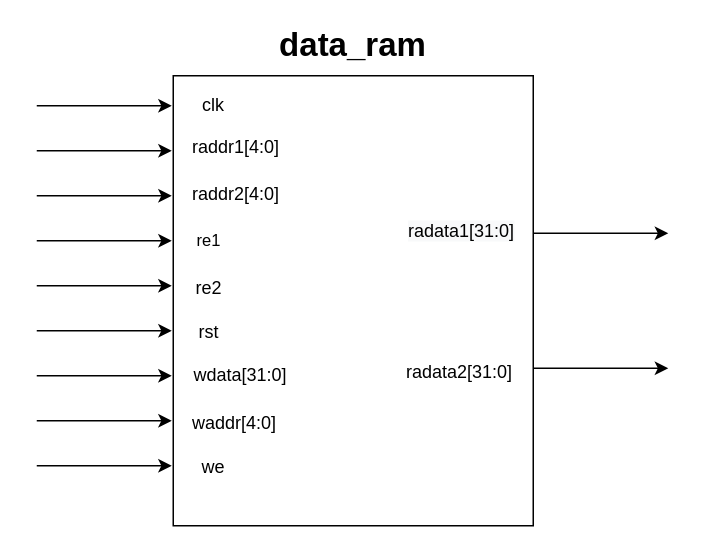
The draw.io diagram data_Ram.drawio in dawnyoake/Cnblogs-Theme-SimpleMemory, before the edit. Source tidied: cells renumbered, new cells numbered last; positions are measured from the earlier drawing's top-left corner, leaving out a move shared by most shapes. Both pictures are drawn from the tidied source at 150%, with x=0, y=0 at pixel (36, 30).
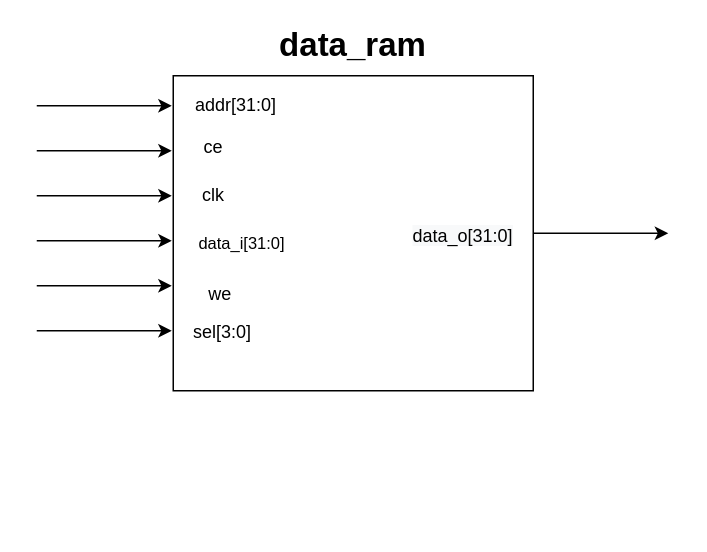
After the change.

Diff of the diagram source:
```diff
@@
     <mxCell id="2" style="rounded=0;whiteSpace=wrap;html=1;" parent="1" vertex="1">
-      <mxGeometry x="91" y="30" width="240" height="300" as="geometry" />
+      <mxGeometry x="91" y="30" width="240" height="210" as="geometry" />
     </mxCell>
@@
-    <mxCell id="4" style="endArrow=classic;html=1;" parent="1" edge="1">
-      <mxGeometry relative="1" as="geometry">
-        <mxPoint x="331" y="225" as="sourcePoint" />
-        <mxPoint x="421" y="225" as="targetPoint" />
-      </mxGeometry>
-    </mxCell>
@@
-    <mxCell id="8" style="endArrow=classic;html=1;" parent="1" edge="1">
-      <mxGeometry relative="1" as="geometry">
-        <mxPoint y="230" as="sourcePoint" />
-        <mxPoint x="90" y="230" as="targetPoint" />
-      </mxGeometry>
-    </mxCell>
-    <mxCell id="9" style="endArrow=classic;html=1;" parent="1" edge="1">
-      <mxGeometry relative="1" as="geometry">
-        <mxPoint y="260" as="sourcePoint" />
-        <mxPoint x="90" y="260" as="targetPoint" />
-      </mxGeometry>
-    </mxCell>
-    <mxCell id="10" style="endArrow=classic;html=1;" parent="1" edge="1">
-      <mxGeometry relative="1" as="geometry">
-        <mxPoint y="290" as="sourcePoint" />
-        <mxPoint x="90" y="290" as="targetPoint" />
-      </mxGeometry>
-    </mxCell>
@@
-    <mxCell id="15" value="clk" style="text;html=1;strokeColor=none;fillColor=none;align=center;verticalAlign=middle;whiteSpace=wrap;rounded=0;" parent="1" vertex="1">
-      <mxGeometry x="98" y="40" width="40" height="20" as="geometry" />
+    <mxCell id="15" value="addr[31:0]" style="text;html=1;strokeColor=none;fillColor=none;align=center;verticalAlign=middle;whiteSpace=wrap;rounded=0;" parent="1" vertex="1">
+      <mxGeometry x="113" y="40" width="40" height="20" as="geometry" />
     </mxCell>
-    <mxCell id="16" value="raddr1[4:0]" style="text;html=1;strokeColor=none;fillColor=none;align=center;verticalAlign=middle;whiteSpace=wrap;rounded=0;" parent="1" vertex="1">
-      <mxGeometry x="113" y="68" width="40" height="20" as="geometry" />
+    <mxCell id="16" value="ce" style="text;html=1;strokeColor=none;fillColor=none;align=center;verticalAlign=middle;whiteSpace=wrap;rounded=0;" parent="1" vertex="1">
+      <mxGeometry x="98" y="68" width="40" height="20" as="geometry" />
     </mxCell>
-    <mxCell id="17" value="raddr2[4:0]" style="text;html=1;strokeColor=none;fillColor=none;align=center;verticalAlign=middle;whiteSpace=wrap;rounded=0;" parent="1" vertex="1">
-      <mxGeometry x="113" y="99" width="40" height="20" as="geometry" />
+    <mxCell id="17" value="clk" style="text;html=1;strokeColor=none;fillColor=none;align=center;verticalAlign=middle;whiteSpace=wrap;rounded=0;" parent="1" vertex="1">
+      <mxGeometry x="98" y="100" width="40" height="20" as="geometry" />
     </mxCell>
-    <mxCell id="18" value="&lt;font style=&quot;font-size: 11px&quot;&gt;re1&lt;/font&gt;" style="text;html=1;strokeColor=none;fillColor=none;align=center;verticalAlign=middle;whiteSpace=wrap;rounded=0;" parent="1" vertex="1">
-      <mxGeometry x="95" y="130" width="40" height="20" as="geometry" />
+    <mxCell id="18" value="&lt;font style=&quot;font-size: 11px&quot;&gt;data_i[31:0]&lt;/font&gt;" style="text;html=1;strokeColor=none;fillColor=none;align=center;verticalAlign=middle;whiteSpace=wrap;rounded=0;" parent="1" vertex="1">
+      <mxGeometry x="117" y="132" width="40" height="20" as="geometry" />
     </mxCell>
-    <mxCell id="19" value="re2" style="text;html=1;strokeColor=none;fillColor=none;align=center;verticalAlign=middle;whiteSpace=wrap;rounded=0;" parent="1" vertex="1">
-      <mxGeometry x="95" y="162" width="40" height="20" as="geometry" />
+    <mxCell id="19" value="we" style="text;html=1;strokeColor=none;fillColor=none;align=center;verticalAlign=middle;whiteSpace=wrap;rounded=0;" parent="1" vertex="1">
+      <mxGeometry x="104" y="162" width="37" height="28" as="geometry" />
     </mxCell>
-    <mxCell id="20" value="rst" style="text;html=1;strokeColor=none;fillColor=none;align=center;verticalAlign=middle;whiteSpace=wrap;rounded=0;" parent="1" vertex="1">
-      <mxGeometry x="95" y="191" width="40" height="20" as="geometry" />
+    <mxCell id="20" value="sel[3:0]" style="text;html=1;strokeColor=none;fillColor=none;align=center;verticalAlign=middle;whiteSpace=wrap;rounded=0;" parent="1" vertex="1">
+      <mxGeometry x="104" y="191" width="40" height="20" as="geometry" />
     </mxCell>
-    <mxCell id="21" value="wdata[31:0]" style="text;html=1;strokeColor=none;fillColor=none;align=center;verticalAlign=middle;whiteSpace=wrap;rounded=0;" parent="1" vertex="1">
-      <mxGeometry x="116" y="220" width="40" height="20" as="geometry" />
-    </mxCell>
-    <mxCell id="22" value="waddr[4:0]" style="text;html=1;strokeColor=none;fillColor=none;align=center;verticalAlign=middle;whiteSpace=wrap;rounded=0;" parent="1" vertex="1">
-      <mxGeometry x="112" y="252" width="40" height="20" as="geometry" />
-    </mxCell>
-    <mxCell id="23" value="we" style="text;html=1;strokeColor=none;fillColor=none;align=center;verticalAlign=middle;whiteSpace=wrap;rounded=0;" parent="1" vertex="1">
-      <mxGeometry x="98" y="281" width="40" height="20" as="geometry" />
-    </mxCell>
@@
-    <mxCell id="25" value="radata2[31:0]" style="text;html=1;strokeColor=none;fillColor=none;align=center;verticalAlign=middle;whiteSpace=wrap;rounded=0;" parent="1" vertex="1">
-      <mxGeometry x="262" y="218" width="40" height="20" as="geometry" />
-    </mxCell>
-    <mxCell id="26" style="edgeStyle=orthogonalEdgeStyle;rounded=0;orthogonalLoop=1;jettySize=auto;html=1;exitX=0.5;exitY=1;exitDx=0;exitDy=0;" parent="1" edge="1" source="25" target="25">
-      <mxGeometry relative="1" as="geometry" />
+    <mxCell id="26" style="edgeStyle=orthogonalEdgeStyle;rounded=0;orthogonalLoop=1;jettySize=auto;html=1;exitX=0.5;exitY=1;exitDx=0;exitDy=0;" parent="1" edge="1">
+      <mxGeometry relative="1" as="geometry">
+        <mxPoint x="282" y="238" as="sourcePoint" />
+        <mxPoint x="282" y="238" as="targetPoint" />
+      </mxGeometry>
     </mxCell>
@@
-    <mxCell id="32" value="&lt;span style=&quot;color: rgb(0, 0, 0); font-family: helvetica; font-size: 12px; font-style: normal; font-weight: 400; letter-spacing: normal; text-align: center; text-indent: 0px; text-transform: none; word-spacing: 0px; background-color: rgb(248, 249, 250); display: inline; float: none;&quot;&gt;radata1[31:0]&lt;/span&gt;" style="text;whiteSpace=wrap;html=1;" parent="1" vertex="1">
-      <mxGeometry x="246" y="120" width="100" height="30" as="geometry" />
+    <mxCell id="32" value="&lt;span style=&quot;color: rgb(0 , 0 , 0) ; font-family: &amp;#34;helvetica&amp;#34; ; font-size: 12px ; font-style: normal ; font-weight: 400 ; letter-spacing: normal ; text-align: center ; text-indent: 0px ; text-transform: none ; word-spacing: 0px ; background-color: rgb(248 , 249 , 250) ; display: inline ; float: none&quot;&gt;data_o[31:0]&lt;/span&gt;" style="text;whiteSpace=wrap;html=1;" parent="1" vertex="1">
+      <mxGeometry x="249" y="123" width="100" height="30" as="geometry" />
     </mxCell>
```
